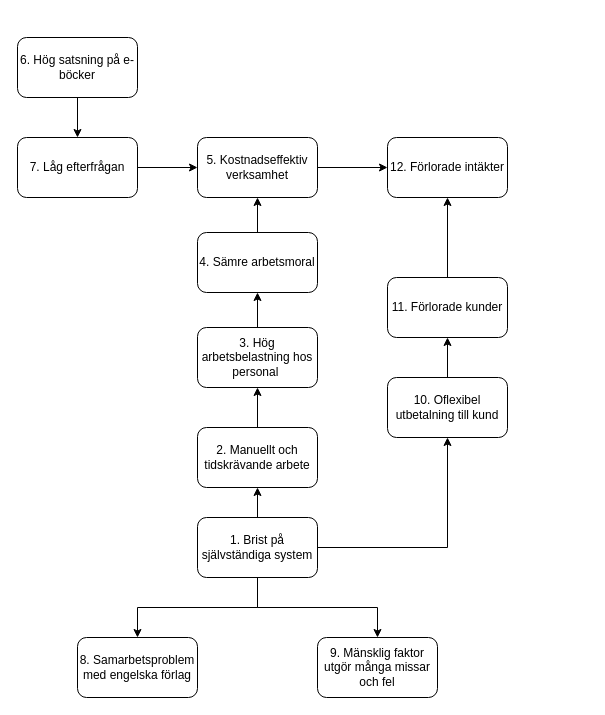
This is Namnlöst diagram.drawio from madlo5/madlo5, a draw.io file, before an edit. Source tidied: cells renumbered, new cells numbered last; positions are measured from the earlier drawing's top-left corner, leaving out a move shared by most shapes. Both pictures are drawn from the tidied source at 100%, with x=0, y=0 at pixel (17, 37).
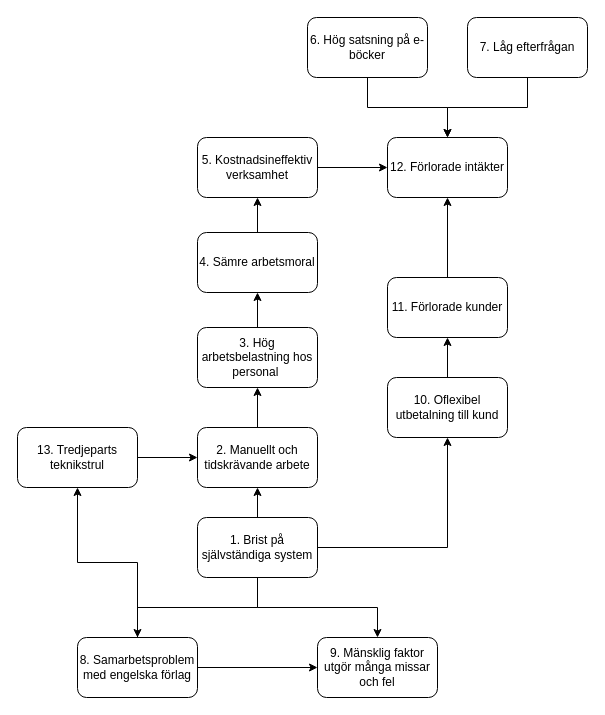
After the change.

Unchanged cells that the change refers to:
```xml
<mxCell id="7" value="8. Samarbetsproblem med engelska förlag" style="rounded=1;whiteSpace=wrap;html=1;" parent="1" vertex="1">
  <mxGeometry x="60" y="600" width="120" height="60" as="geometry" />
</mxCell>
<mxCell id="9" value="2. Manuellt och tidskrävande arbete" style="rounded=1;whiteSpace=wrap;html=1;" parent="1" vertex="1">
  <mxGeometry x="180" y="390" width="120" height="60" as="geometry" />
</mxCell>
<mxCell id="12" value="12. Förlorade intäkter" style="rounded=1;whiteSpace=wrap;html=1;" parent="1" vertex="1">
  <mxGeometry x="370" y="100" width="120" height="60" as="geometry" />
</mxCell>
<mxCell id="21" value="9. Mänsklig faktor utgör många missar och fel" style="rounded=1;whiteSpace=wrap;html=1;" parent="1" vertex="1">
  <mxGeometry x="300" y="600" width="120" height="60" as="geometry" />
</mxCell>
```

What changed in the source:
```diff
@@
+    <mxCell id="26" style="edgeStyle=orthogonalEdgeStyle;rounded=0;jettySize=auto;html=1;entryX=0;entryY=0.5;entryDx=0;entryDy=0;" parent="1" edge="1" source="7" target="21">
+      <mxGeometry relative="1" as="geometry" />
+    </mxCell>
+    <mxCell id="27" style="edgeStyle=orthogonalEdgeStyle;rounded=0;jettySize=auto;html=1;" parent="1" edge="1" source="7" target="31">
+      <mxGeometry relative="1" as="geometry" />
+    </mxCell>
@@
-    <mxCell id="17" style="edgeStyle=orthogonalEdgeStyle;rounded=0;jettySize=auto;html=1;" parent="1" edge="1" source="18" target="20">
-      <mxGeometry relative="1" as="geometry" />
-    </mxCell>
+    <mxCell id="28" style="edgeStyle=orthogonalEdgeStyle;rounded=0;jettySize=auto;html=1;entryX=0.5;entryY=0;entryDx=0;entryDy=0;" parent="1" edge="1" source="18" target="12">
+      <mxGeometry relative="1" as="geometry" />
+    </mxCell>
     <mxCell id="18" value="6. Hög satsning på e-böcker" style="rounded=1;whiteSpace=wrap;html=1;" parent="1" vertex="1">
-      <mxGeometry width="120" height="60" as="geometry" />
+      <mxGeometry x="290" y="-20" width="120" height="60" as="geometry" />
     </mxCell>
-    <mxCell id="19" style="edgeStyle=orthogonalEdgeStyle;rounded=0;jettySize=auto;html=1;" parent="1" edge="1" source="20" target="23">
-      <mxGeometry relative="1" as="geometry" />
-    </mxCell>
+    <mxCell id="29" style="edgeStyle=orthogonalEdgeStyle;rounded=0;jettySize=auto;html=1;entryX=0.5;entryY=0;entryDx=0;entryDy=0;" parent="1" edge="1" source="20" target="12">
+      <mxGeometry relative="1" as="geometry" />
+    </mxCell>
     <mxCell id="20" value="7. Låg efterfrågan" style="rounded=1;whiteSpace=wrap;html=1;" parent="1" vertex="1">
-      <mxGeometry y="100" width="120" height="60" as="geometry" />
+      <mxGeometry x="450" y="-20" width="120" height="60" as="geometry" />
     </mxCell>
@@
-    <mxCell id="23" value="5. Kostnadseffektiv verksamhet" style="rounded=1;whiteSpace=wrap;html=1;" parent="1" vertex="1">
+    <mxCell id="23" value="5. Kostnadsineffektiv verksamhet" style="rounded=1;whiteSpace=wrap;html=1;" parent="1" vertex="1">
       <mxGeometry x="180" y="100" width="120" height="60" as="geometry" />
     </mxCell>
@@
+    <mxCell id="30" style="edgeStyle=orthogonalEdgeStyle;rounded=0;jettySize=auto;html=1;entryX=0;entryY=0.5;entryDx=0;entryDy=0;" parent="1" edge="1" source="31" target="9">
+      <mxGeometry relative="1" as="geometry" />
+    </mxCell>
+    <mxCell id="31" value="13. Tredjeparts teknikstrul" style="rounded=1;whiteSpace=wrap;html=1;" parent="1" vertex="1">
+      <mxGeometry y="390" width="120" height="60" as="geometry" />
+    </mxCell>
```
